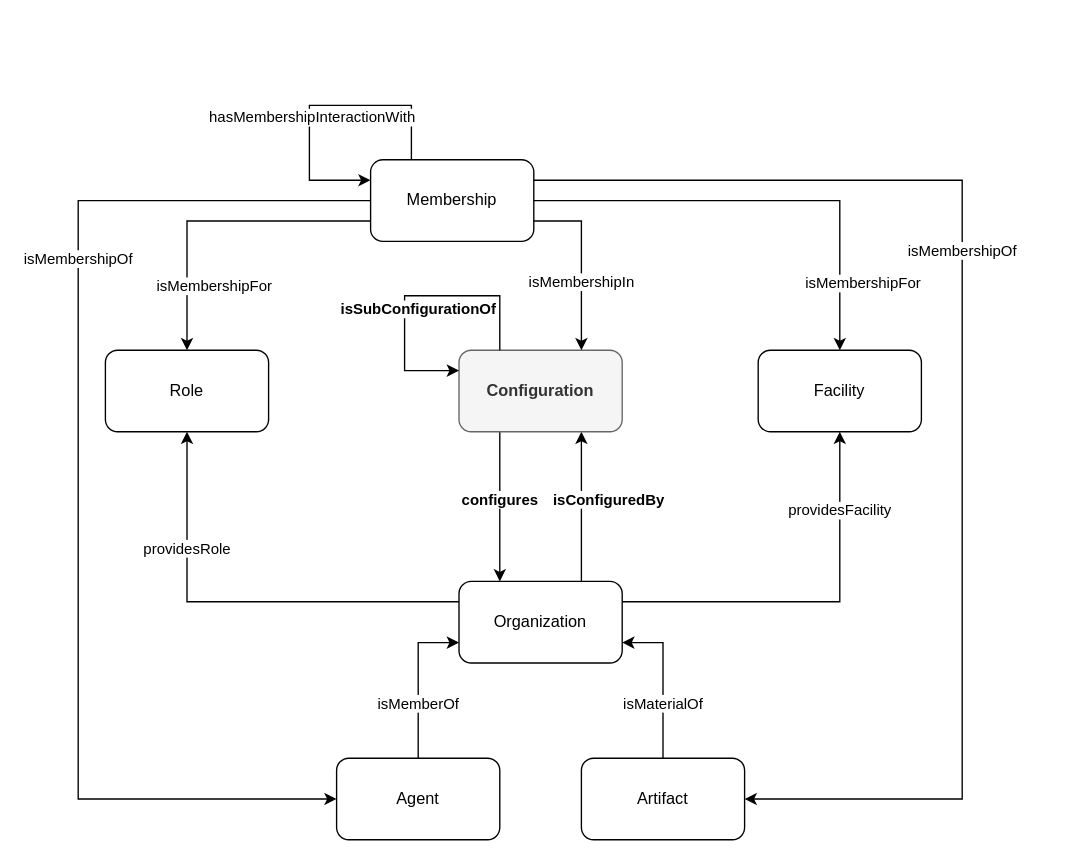
Above: domains/logistics/configure-organization/configure-organization.drawio in HyperAgents/hmas (draw.io), before the change. Source tidied: cells renumbered, new cells numbered last; positions are measured from the earlier drawing's top-left corner, leaving out a move shared by most shapes. Both pictures are drawn from the tidied source at 136%, with x=0, y=0 at pixel (78, 105).
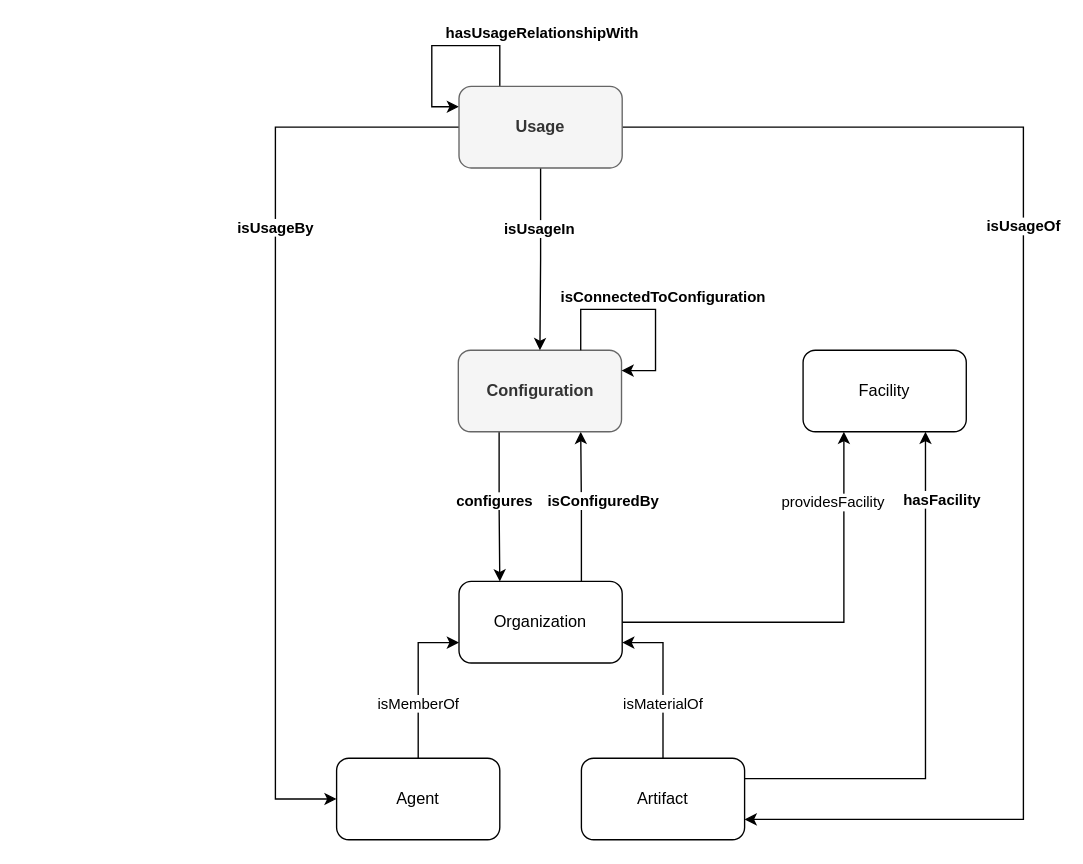
The same page after the edit.

Unchanged cells that the change refers to:
```xml
<mxCell id="4" value="Organization" style="rounded=1;whiteSpace=wrap;html=1;" parent="1" vertex="1">
  <mxGeometry x="280" y="350" width="120" height="60" as="geometry" />
</mxCell>
<mxCell id="6" value="Agent" style="rounded=1;whiteSpace=wrap;html=1;" parent="1" vertex="1">
  <mxGeometry x="190" y="480" width="120" height="60" as="geometry" />
</mxCell>
<mxCell id="8" value="Artifact" style="rounded=1;whiteSpace=wrap;html=1;" parent="1" vertex="1">
  <mxGeometry x="370" y="480" width="120" height="60" as="geometry" />
</mxCell>
```

The edit, as a diff of the source:
```diff
@@
-    <mxCell id="2" value="providesFacility" style="edgeStyle=orthogonalEdgeStyle;rounded=0;jettySize=auto;html=1;exitX=1;exitY=0.25;exitDx=0;exitDy=0;entryX=0.5;entryY=1;entryDx=0;entryDy=0;startArrow=none;startFill=0;endArrow=classic;endFill=1;" parent="1" edge="1" source="4" target="10">
-      <mxGeometry x="0.59" relative="1" as="geometry" />
+    <mxCell id="2" value="providesFacility" style="edgeStyle=orthogonalEdgeStyle;rounded=0;jettySize=auto;html=1;exitX=1;exitY=0.5;exitDx=0;exitDy=0;entryX=0.25;entryY=1;entryDx=0;entryDy=0;startArrow=none;startFill=0;endArrow=classic;endFill=1;" parent="1" edge="1" source="4" target="10">
+      <mxGeometry x="0.66" y="8" relative="1" as="geometry" />
     </mxCell>
-    <mxCell id="3" value="isConfiguredBy" style="edgeStyle=none;rounded=0;jettySize=auto;html=1;entryX=0.75;entryY=1;entryDx=0;entryDy=0;fontSize=11;endArrow=classic;endFill=1;exitX=0.75;exitY=0;exitDx=0;exitDy=0;fontStyle=1;" parent="1" edge="1" source="4" target="12">
-      <mxGeometry x="0.09" y="-20" relative="1" as="geometry" />
+    <mxCell id="3" value="&lt;span style=&quot;color: rgb(0, 0, 0); font-family: Helvetica; font-size: 11px; font-style: normal; font-variant-ligatures: normal; font-variant-caps: normal; font-weight: 700; letter-spacing: normal; orphans: 2; text-align: center; text-indent: 0px; text-transform: none; widows: 2; word-spacing: 0px; -webkit-text-stroke-width: 0px; background-color: rgb(255, 255, 255); text-decoration-thickness: initial; text-decoration-style: initial; text-decoration-color: initial; float: none; display: inline !important;&quot;&gt;isConfiguredBy&lt;/span&gt;" style="edgeStyle=orthogonalEdgeStyle;rounded=0;jettySize=auto;html=1;exitX=0.75;exitY=0;exitDx=0;exitDy=0;entryX=0.75;entryY=1;entryDx=0;entryDy=0;" parent="1" edge="1" source="4" target="12">
+      <mxGeometry x="0.08" y="-15" relative="1" as="geometry">
+        <mxPoint x="1" as="offset" />
+      </mxGeometry>
     </mxCell>
@@
-    <mxCell id="9" value="isMembershipOf" style="edgeStyle=orthogonalEdgeStyle;rounded=0;jettySize=auto;html=1;exitX=1;exitY=0.25;exitDx=0;exitDy=0;entryX=1;entryY=0.5;entryDx=0;entryDy=0;fontSize=11;startArrow=none;startFill=0;endArrow=classic;endFill=1;fontStyle=0;" parent="1" edge="1" source="14" target="8">
-      <mxGeometry x="-0.21" relative="1" as="geometry">
+    <mxCell id="9" value="hasFacility" style="edgeStyle=orthogonalEdgeStyle;rounded=0;jettySize=auto;html=1;exitX=0.75;exitY=1;exitDx=0;exitDy=0;entryX=1;entryY=0.25;entryDx=0;entryDy=0;fontSize=11;startArrow=classic;startFill=1;endArrow=none;endFill=0;fontStyle=1;" parent="1" edge="1" source="10" target="8">
+      <mxGeometry x="-0.74" y="12" relative="1" as="geometry">
         <Array as="points">
-          <mxPoint x="650" y="55" />
-          <mxPoint x="650" y="510" />
+          <mxPoint x="623" y="495" />
         </Array>
       </mxGeometry>
     </mxCell>
     <mxCell id="10" value="Facility" style="rounded=1;whiteSpace=wrap;html=1;fontStyle=0;" parent="1" vertex="1">
-      <mxGeometry x="500" y="180" width="120" height="60" as="geometry" />
+      <mxGeometry x="533" y="180" width="120" height="60" as="geometry" />
     </mxCell>
-    <mxCell id="11" value="configures" style="edgeStyle=orthogonalEdgeStyle;rounded=0;jettySize=auto;html=1;exitX=0.25;exitY=1;exitDx=0;exitDy=0;entryX=0.25;entryY=0;entryDx=0;entryDy=0;fontStyle=1;" parent="1" edge="1" source="12" target="4">
-      <mxGeometry x="-0.09" relative="1" as="geometry">
-        <Array as="points">
-          <mxPoint x="310" y="300" />
-          <mxPoint x="310" y="300" />
-        </Array>
-      </mxGeometry>
+    <mxCell id="11" value="&lt;b&gt;configures&lt;/b&gt;" style="edgeStyle=orthogonalEdgeStyle;rounded=0;jettySize=auto;html=1;exitX=0.25;exitY=1;exitDx=0;exitDy=0;entryX=0.25;entryY=0;entryDx=0;entryDy=0;" parent="1" edge="1" source="12" target="4">
+      <mxGeometry x="-0.08" y="-4" relative="1" as="geometry" />
     </mxCell>
     <mxCell id="12" value="Configuration" style="rounded=1;whiteSpace=wrap;html=1;fontSize=12;fontStyle=1;fillColor=#f5f5f5;fontColor=#333333;strokeColor=#666666;" parent="1" vertex="1">
-      <mxGeometry x="280" y="180" width="120" height="60" as="geometry" />
+      <mxGeometry x="279.5" y="180" width="120" height="60" as="geometry" />
     </mxCell>
+    <mxCell id="17" style="edgeStyle=orthogonalEdgeStyle;rounded=0;orthogonalLoop=1;jettySize=auto;html=1;exitX=1;exitY=0.5;exitDx=0;exitDy=0;entryX=1;entryY=0.5;entryDx=0;entryDy=0;fontSize=11;startArrow=none;startFill=0;endArrow=classic;endFill=1;" parent="1" edge="1">
+      <mxGeometry x="0.2" y="10" relative="1" as="geometry">
+        <mxPoint x="548" y="70" as="sourcePoint" />
+        <mxPoint x="548" y="70" as="targetPoint" />
+      </mxGeometry>
+    </mxCell>
+    <mxCell id="21" value="isUsageBy" style="edgeStyle=orthogonalEdgeStyle;rounded=0;jettySize=auto;html=1;exitX=0;exitY=0.5;exitDx=0;exitDy=0;entryX=0;entryY=0.5;entryDx=0;entryDy=0;startArrow=classic;startFill=1;endArrow=none;endFill=0;fontStyle=1;" parent="1" edge="1" source="6" target="30">
+      <mxGeometry x="0.38" relative="1" as="geometry">
+        <Array as="points">
+          <mxPoint x="145" y="510" />
+          <mxPoint x="145" y="16" />
+        </Array>
+      </mxGeometry>
+    </mxCell>
-    <mxCell id="13" value="isSubConfigurationOf" style="edgeStyle=orthogonalEdgeStyle;rounded=0;orthogonalLoop=1;jettySize=auto;html=1;exitX=0.25;exitY=0;exitDx=0;exitDy=0;entryX=0;entryY=0.25;entryDx=0;entryDy=0;fontStyle=1;" parent="1" edge="1" source="12" target="12">
-      <mxGeometry x="0.17" y="10" relative="1" as="geometry">
+    <mxCell id="13" style="edgeStyle=orthogonalEdgeStyle;rounded=0;orthogonalLoop=1;jettySize=auto;html=1;exitX=1;exitY=0.25;exitDx=0;exitDy=0;entryX=0.75;entryY=0;entryDx=0;entryDy=0;startArrow=classic;startFill=1;endArrow=none;endFill=0;" parent="1" edge="1" source="12" target="12">
+      <mxGeometry relative="1" as="geometry">
         <Array as="points">
-          <mxPoint x="310" y="140" />
-          <mxPoint x="240" y="140" />
-          <mxPoint x="240" y="195" />
+          <mxPoint x="424.5" y="195" />
+          <mxPoint x="424.5" y="150" />
+          <mxPoint x="369.5" y="150" />
         </Array>
       </mxGeometry>
     </mxCell>
-    <mxCell id="14" value="Membership" style="rounded=1;whiteSpace=wrap;html=1;fontStyle=0;" parent="1" vertex="1">
-      <mxGeometry x="215" y="40" width="120" height="60" as="geometry" />
-    </mxCell>
-    <mxCell id="15" style="edgeStyle=orthogonalEdgeStyle;rounded=0;jettySize=auto;html=1;entryX=0.5;entryY=0;entryDx=0;entryDy=0;exitX=1;exitY=0.5;exitDx=0;exitDy=0;" parent="1" edge="1" source="14" target="10">
-      <mxGeometry relative="1" as="geometry" />
-    </mxCell>
-    <mxCell id="16" value="isMembershipFor" style="edgeLabel;html=1;align=center;verticalAlign=middle;fontStyle=0;" parent="15" vertex="1">
-      <mxGeometry x="-0.23" relative="1" as="geometry">
-        <mxPoint x="112" y="60" as="offset" />
-      </mxGeometry>
-    </mxCell>
-    <mxCell id="17" style="edgeStyle=orthogonalEdgeStyle;rounded=0;orthogonalLoop=1;jettySize=auto;html=1;exitX=1;exitY=0.5;exitDx=0;exitDy=0;entryX=1;entryY=0.5;entryDx=0;entryDy=0;fontSize=11;startArrow=none;startFill=0;endArrow=classic;endFill=1;" parent="1" edge="1">
-      <mxGeometry x="0.2" y="10" relative="1" as="geometry">
-        <mxPoint x="500" y="70" as="sourcePoint" />
-        <mxPoint x="500" y="70" as="targetPoint" />
-      </mxGeometry>
-    </mxCell>
-    <mxCell id="18" value="isMembershipIn" style="edgeStyle=orthogonalEdgeStyle;rounded=0;jettySize=auto;html=1;exitX=1;exitY=0.75;exitDx=0;exitDy=0;entryX=0.75;entryY=0;entryDx=0;entryDy=0;fontStyle=0;" parent="1" edge="1" source="14" target="12">
-      <mxGeometry x="0.23" relative="1" as="geometry" />
-    </mxCell>
-    <mxCell id="19" value="providesRole" style="rounded=0;jettySize=auto;html=1;entryX=0.5;entryY=1;entryDx=0;entryDy=0;edgeStyle=orthogonalEdgeStyle;exitX=0;exitY=0.25;exitDx=0;exitDy=0;" parent="1" edge="1" source="4" target="20">
-      <mxGeometry x="0.47" relative="1" as="geometry" />
-    </mxCell>
-    <mxCell id="20" value="Role" style="rounded=1;whiteSpace=wrap;html=1;" parent="1" vertex="1">
-      <mxGeometry x="20" y="180" width="120" height="60" as="geometry" />
-    </mxCell>
-    <mxCell id="21" value="isMembershipOf" style="edgeStyle=orthogonalEdgeStyle;rounded=0;jettySize=auto;html=1;exitX=0;exitY=0.5;exitDx=0;exitDy=0;entryX=0;entryY=0.5;entryDx=0;entryDy=0;startArrow=classic;startFill=1;endArrow=none;endFill=0;fontStyle=0;" parent="1" edge="1" source="6" target="14">
-      <mxGeometry x="0.39" relative="1" as="geometry">
-        <Array as="points">
-          <mxPoint y="510" />
-          <mxPoint y="70" />
-        </Array>
-      </mxGeometry>
-    </mxCell>
-    <mxCell id="22" value="isMembershipFor" style="edgeStyle=orthogonalEdgeStyle;rounded=0;jettySize=auto;html=1;exitX=0;exitY=0.75;exitDx=0;exitDy=0;entryX=0.5;entryY=0;entryDx=0;entryDy=0;startArrow=none;startFill=0;endArrow=classic;endFill=1;fontStyle=0;" parent="1" edge="1" source="14" target="20">
-      <mxGeometry x="0.59" y="20" relative="1" as="geometry" />
-    </mxCell>
-    <mxCell id="23" style="edgeStyle=orthogonalEdgeStyle;rounded=0;orthogonalLoop=1;jettySize=auto;html=1;exitX=0.25;exitY=0;exitDx=0;exitDy=0;entryX=0;entryY=0.25;entryDx=0;entryDy=0;" parent="1" edge="1" source="14" target="14">
-      <mxGeometry relative="1" as="geometry">
-        <Array as="points">
-          <mxPoint x="245" />
-          <mxPoint x="170" />
-          <mxPoint x="170" y="55" />
-        </Array>
-      </mxGeometry>
-    </mxCell>
-    <mxCell id="24" value="hasMembershipInteractionWith" style="edgeLabel;html=1;align=center;verticalAlign=middle;" parent="23" vertex="1">
-      <mxGeometry x="0.19" y="1" relative="1" as="geometry">
-        <mxPoint y="-5" as="offset" />
-      </mxGeometry>
-    </mxCell>
+    <mxCell id="25" value="isConnectedToConfiguration" style="edgeLabel;html=1;align=center;verticalAlign=middle;fontStyle=1;" parent="13" vertex="1">
+      <mxGeometry x="-0.08" y="4" relative="1" as="geometry">
+        <mxPoint x="6" y="-14" as="offset" />
+      </mxGeometry>
+    </mxCell>
+    <mxCell id="26" style="edgeStyle=orthogonalEdgeStyle;rounded=0;orthogonalLoop=1;jettySize=auto;html=1;exitX=0;exitY=0.25;exitDx=0;exitDy=0;entryX=0.25;entryY=0;entryDx=0;entryDy=0;startArrow=classic;startFill=1;endArrow=none;endFill=0;" parent="1" edge="1" source="30" target="30">
+      <mxGeometry relative="1" as="geometry">
+        <Array as="points">
+          <mxPoint x="260" y="1" />
+          <mxPoint x="260" y="-44" />
+          <mxPoint x="310" y="-44" />
+        </Array>
+      </mxGeometry>
+    </mxCell>
+    <mxCell id="27" value="hasUsageRelationshipWith" style="edgeLabel;html=1;align=center;verticalAlign=middle;fontStyle=1;" parent="26" vertex="1">
+      <mxGeometry x="0.05" y="1" relative="1" as="geometry">
+        <mxPoint x="69" y="-9" as="offset" />
+      </mxGeometry>
+    </mxCell>
+    <mxCell id="28" value="&lt;span style=&quot;color: rgb(0, 0, 0); font-family: Helvetica; font-size: 11px; font-style: normal; font-variant-ligatures: normal; font-variant-caps: normal; font-weight: 700; letter-spacing: normal; orphans: 2; text-align: center; text-indent: 0px; text-transform: none; widows: 2; word-spacing: 0px; -webkit-text-stroke-width: 0px; background-color: rgb(255, 255, 255); text-decoration-thickness: initial; text-decoration-style: initial; text-decoration-color: initial; float: none; display: inline !important;&quot;&gt;isUsageIn&lt;/span&gt;" style="edgeStyle=orthogonalEdgeStyle;rounded=0;jettySize=auto;html=1;exitX=0.5;exitY=1;exitDx=0;exitDy=0;entryX=0.5;entryY=0;entryDx=0;entryDy=0;" parent="1" edge="1" source="30" target="12">
+      <mxGeometry x="-0.33" y="-1" relative="1" as="geometry" />
+    </mxCell>
+    <mxCell id="29" value="isUsageOf" style="edgeStyle=orthogonalEdgeStyle;rounded=0;jettySize=auto;html=1;strokeColor=#000000;fontStyle=1;exitX=1;exitY=0.5;exitDx=0;exitDy=0;entryX=1;entryY=0.75;entryDx=0;entryDy=0;" parent="1" edge="1" source="30" target="8">
+      <mxGeometry x="-0.27" relative="1" as="geometry">
+        <Array as="points">
+          <mxPoint x="695" y="16" />
+          <mxPoint x="695" y="525" />
+        </Array>
+      </mxGeometry>
+    </mxCell>
+    <mxCell id="30" value="Usage" style="rounded=1;whiteSpace=wrap;html=1;fontStyle=1;fillColor=#f5f5f5;fontColor=#333333;strokeColor=#666666;" parent="1" vertex="1">
+      <mxGeometry x="280" y="-14" width="120" height="60" as="geometry" />
+    </mxCell>
```
